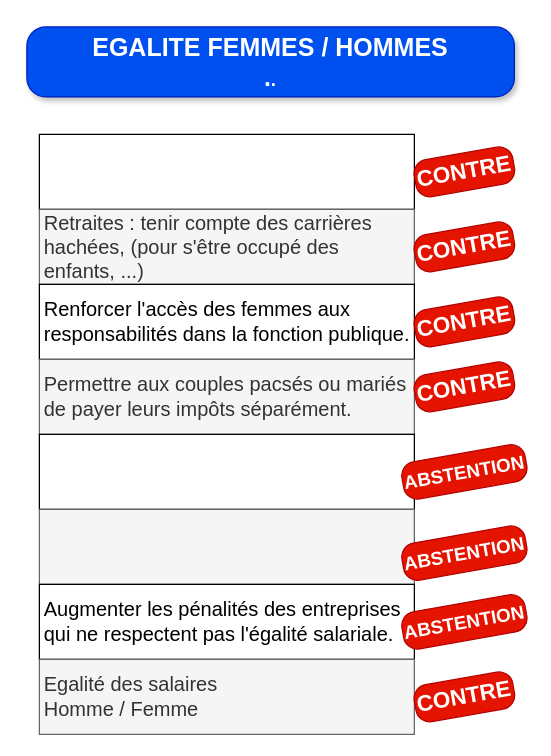
Above: drawio/droitsFemmes.drawio in bernard44600/cedbn (draw.io), before the change. Source tidied: cells renumbered, new cells numbered last; positions are measured from the earlier drawing's top-left corner, leaving out a move shared by most shapes. Both pictures are drawn from the tidied source at 125%, with x=0, y=0 at pixel (26, 26).
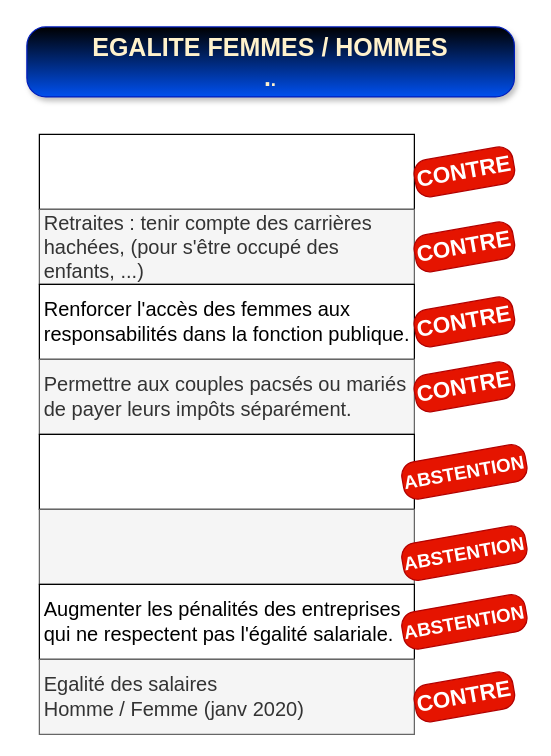
The same diagram, later.

Change to the diagram source:
```diff
@@
 <mxGraphModel>
   <root>
     <mxCell id="0" />
     <mxCell id="1" parent="0" />
-    <mxCell id="2" value="&lt;font face=&quot;Helvetica&quot;&gt;&lt;b&gt;EGALITE FEMMES / HOMMES&lt;br&gt;.&lt;font style=&quot;font-size: 15px;&quot;&gt;.&lt;/font&gt;&lt;/b&gt;&lt;/font&gt;" style="rounded=1;whiteSpace=wrap;html=1;fontSize=20;fillColor=#0050ef;strokeColor=#001DBC;fontColor=#FFFFFF;gradientColor=none;gradientDirection=north;roundedPerimeter=1;shadow=1;glass=0;multiple=0;fontFamily=Tahoma;labelBackgroundColor=none;arcSize=27;" parent="1" vertex="1">
+    <mxCell id="2" value="&lt;font face=&quot;Helvetica&quot;&gt;&lt;b&gt;EGALITE FEMMES / HOMMES&lt;br&gt;.&lt;font style=&quot;font-size: 15px;&quot;&gt;.&lt;/font&gt;&lt;/b&gt;&lt;/font&gt;" style="rounded=1;whiteSpace=wrap;html=1;fontSize=20;fillColor=#0050ef;strokeColor=#001DBC;fontColor=#FFF2CC;gradientColor=default;gradientDirection=north;roundedPerimeter=1;shadow=1;glass=0;multiple=0;fontFamily=Tahoma;labelBackgroundColor=none;arcSize=27;" parent="1" vertex="1">
       <mxGeometry width="390" height="56" as="geometry" />
     </mxCell>
     <mxCell id="3" style="rounded=0;whiteSpace=wrap;html=1;fontFamily=Helvetica;fontSize=16;align=left;spacingLeft=2;" parent="1" vertex="1">
       <mxGeometry x="10" y="86" width="300" height="60" as="geometry" />
     </mxCell>
     <mxCell id="4" value="Retraites : tenir compte des carrières hachées, (pour s'être occupé des enfants, ...)" style="rounded=0;whiteSpace=wrap;html=1;fontFamily=Helvetica;fontSize=16;align=left;fillColor=#f5f5f5;fontColor=#333333;strokeColor=#666666;spacingLeft=2;" parent="1" vertex="1">
       <mxGeometry x="10" y="146" width="300" height="60" as="geometry" />
     </mxCell>
     <mxCell id="5" value="Renforcer l'accès des femmes aux responsabilités dans la fonction publique." style="rounded=0;whiteSpace=wrap;html=1;fontFamily=Helvetica;fontSize=16;align=left;spacingLeft=2;" parent="1" vertex="1">
       <mxGeometry x="10" y="206" width="300" height="60" as="geometry" />
     </mxCell>
     <mxCell id="6" value="Permettre aux couples pacsés ou mariés de payer leurs impôts séparément." style="rounded=0;whiteSpace=wrap;html=1;fontFamily=Helvetica;fontSize=16;align=left;fillColor=#f5f5f5;fontColor=#333333;strokeColor=#666666;spacingLeft=2;" parent="1" vertex="1">
       <mxGeometry x="10" y="266" width="300" height="60" as="geometry" />
     </mxCell>
     <mxCell id="7" style="rounded=0;whiteSpace=wrap;html=1;fontFamily=Helvetica;fontSize=16;align=left;spacingLeft=2;" parent="1" vertex="1">
       <mxGeometry x="10" y="326" width="300" height="60" as="geometry" />
     </mxCell>
     <mxCell id="8" style="rounded=0;whiteSpace=wrap;html=1;fontFamily=Helvetica;fontSize=16;align=left;fillColor=#f5f5f5;fontColor=#333333;strokeColor=#666666;spacingLeft=2;" parent="1" vertex="1">
       <mxGeometry x="10" y="386" width="300" height="60" as="geometry" />
     </mxCell>
     <mxCell id="9" value="Augmenter les pénalités des entreprises qui ne respectent pas l'égalité salariale." style="rounded=0;whiteSpace=wrap;html=1;fontFamily=Helvetica;fontSize=16;align=left;spacingLeft=2;" parent="1" vertex="1">
       <mxGeometry x="10" y="446" width="300" height="60" as="geometry" />
     </mxCell>
-    <mxCell id="10" value="Egalité des salaires &lt;br&gt;Homme / Femme" style="rounded=0;whiteSpace=wrap;html=1;fontFamily=Helvetica;fontSize=16;align=left;fillColor=#f5f5f5;fontColor=#333333;strokeColor=#666666;spacingLeft=2;" parent="1" vertex="1">
+    <mxCell id="10" value="Egalité des salaires &lt;br&gt;Homme / Femme (janv 2020)" style="rounded=0;whiteSpace=wrap;html=1;fontFamily=Helvetica;fontSize=16;align=left;fillColor=#f5f5f5;fontColor=#333333;strokeColor=#666666;spacingLeft=2;" parent="1" vertex="1">
       <mxGeometry x="10" y="506" width="300" height="60" as="geometry" />
     </mxCell>
     <mxCell id="11" value="CONTRE" style="text;html=1;whiteSpace=wrap;strokeColor=#B20000;fillColor=#e51400;align=center;verticalAlign=middle;rounded=1;fontSize=18;fontColor=#ffffff;fontStyle=1;roundedPerimeter=1;arcSize=37;rotation=-10;" parent="1" vertex="1">
       <mxGeometry x="310" y="101" width="80" height="30" as="geometry" />
     </mxCell>
     <mxCell id="12" value="CONTRE" style="text;html=1;whiteSpace=wrap;strokeColor=#B20000;fillColor=#e51400;align=center;verticalAlign=middle;rounded=1;fontSize=18;fontColor=#ffffff;fontStyle=1;roundedPerimeter=1;arcSize=37;rotation=-10;" parent="1" vertex="1">
       <mxGeometry x="310" y="161" width="80" height="30" as="geometry" />
     </mxCell>
     <mxCell id="13" value="CONTRE" style="text;html=1;whiteSpace=wrap;strokeColor=#B20000;fillColor=#e51400;align=center;verticalAlign=middle;rounded=1;fontSize=18;fontColor=#ffffff;fontStyle=1;roundedPerimeter=1;arcSize=37;rotation=-10;" parent="1" vertex="1">
       <mxGeometry x="310" y="221" width="80" height="30" as="geometry" />
     </mxCell>
     <mxCell id="14" value="CONTRE" style="text;html=1;whiteSpace=wrap;strokeColor=#B20000;fillColor=#e51400;align=center;verticalAlign=middle;rounded=1;fontSize=18;fontColor=#ffffff;fontStyle=1;roundedPerimeter=1;arcSize=37;rotation=-10;" parent="1" vertex="1">
       <mxGeometry x="310" y="273" width="80" height="30" as="geometry" />
     </mxCell>
     <mxCell id="15" value="ABSTENTION" style="text;html=1;whiteSpace=wrap;strokeColor=#B20000;fillColor=#e51400;align=center;verticalAlign=middle;rounded=1;fontSize=15;fontColor=#ffffff;fontStyle=1;roundedPerimeter=1;arcSize=37;rotation=-10;" parent="1" vertex="1">
       <mxGeometry x="300" y="341" width="100" height="30" as="geometry" />
     </mxCell>
     <mxCell id="16" value="ABSTENTION" style="text;html=1;whiteSpace=wrap;strokeColor=#B20000;fillColor=#e51400;align=center;verticalAlign=middle;rounded=1;fontSize=15;fontColor=#ffffff;fontStyle=1;roundedPerimeter=1;arcSize=37;rotation=-10;" parent="1" vertex="1">
       <mxGeometry x="300" y="406" width="100" height="30" as="geometry" />
     </mxCell>
     <mxCell id="17" value="ABSTENTION" style="text;html=1;whiteSpace=wrap;strokeColor=#B20000;fillColor=#e51400;align=center;verticalAlign=middle;rounded=1;fontSize=15;fontColor=#ffffff;fontStyle=1;roundedPerimeter=1;arcSize=37;rotation=-10;" parent="1" vertex="1">
       <mxGeometry x="300" y="461" width="100" height="30" as="geometry" />
     </mxCell>
     <mxCell id="18" value="CONTRE" style="text;html=1;whiteSpace=wrap;strokeColor=#B20000;fillColor=#e51400;align=center;verticalAlign=middle;rounded=1;fontSize=18;fontColor=#ffffff;fontStyle=1;roundedPerimeter=1;arcSize=37;rotation=-10;" parent="1" vertex="1">
       <mxGeometry x="310" y="521" width="80" height="30" as="geometry" />
     </mxCell>
   </root>
 </mxGraphModel>
```
